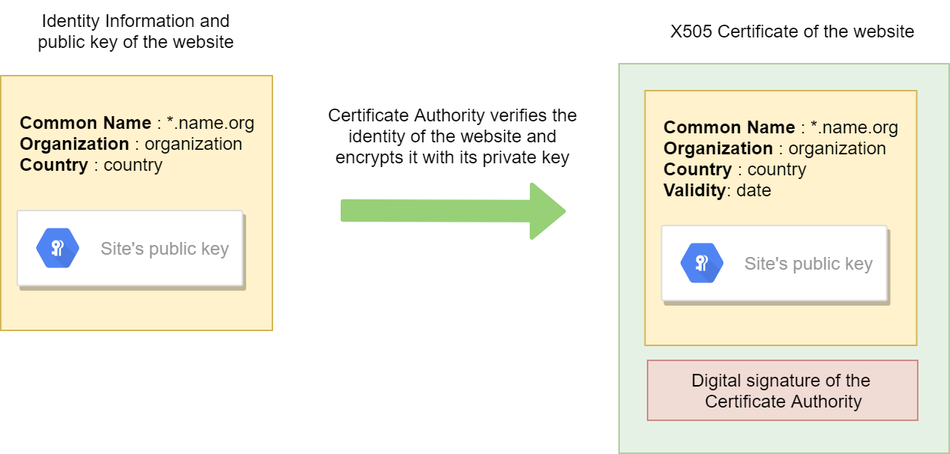
This is img/obtaining-digital-certificate-procedure.png from ahenteti/ahenteti.github.io, a draw.io export, as it was before one commit. Source tidied: cells renumbered, new cells last; positions are measured from the earlier drawing's top-left corner, leaving out a move shared by most shapes. Its diagram source:
```xml
<mxGraphModel>
  <root>
    <mxCell id="0" />
    <mxCell id="1" parent="0" />
    <mxCell id="2" value="&lt;span style=&quot;font-weight: normal&quot;&gt;Identity Information and public key of the website&lt;/span&gt;" style="text;html=1;strokeColor=none;fillColor=none;align=center;verticalAlign=middle;whiteSpace=wrap;rounded=1;fontStyle=1;glass=0;comic=0;shadow=0;opacity=50;" parent="1" vertex="1">
      <mxGeometry x="13" width="155" height="40" as="geometry" />
    </mxCell>
    <mxCell id="3" style="shape=flexArrow;endArrow=classic;html=1;strokeColor=#97D077;strokeWidth=3;fillColor=#97D077;" parent="1" edge="1">
      <mxGeometry relative="1" as="geometry">
        <mxPoint x="226.5" y="140" as="sourcePoint" />
        <mxPoint x="376.5" y="140.5" as="targetPoint" />
      </mxGeometry>
    </mxCell>
    <mxCell id="4" value="&lt;span style=&quot;font-weight: normal&quot;&gt;Certificate Authority verifies the identity of the website and encrypts it with its private key&lt;/span&gt;" style="text;html=1;strokeColor=none;fillColor=none;align=center;verticalAlign=middle;whiteSpace=wrap;rounded=1;fontStyle=1;glass=0;comic=0;shadow=0;opacity=60;" parent="1" vertex="1">
      <mxGeometry x="210" y="65" width="183" height="50" as="geometry" />
    </mxCell>
    <mxCell id="5" style="rounded=0;whiteSpace=wrap;html=1;shadow=0;glass=0;comic=0;strokeColor=#82b366;strokeWidth=1;opacity=60;align=left;fillColor=#d5e8d4;" parent="1" vertex="1">
      <mxGeometry x="412" y="42" width="220" height="260" as="geometry" />
    </mxCell>
    <mxCell id="6" style="group;" parent="1" vertex="1">
      <mxGeometry y="50" width="191" height="170" as="geometry" />
    </mxCell>
    <mxCell id="7" style="rounded=0;whiteSpace=wrap;html=1;strokeColor=#d6b656;strokeWidth=1;fillColor=#fff2cc;" parent="6" vertex="1">
      <mxGeometry width="181" height="170" as="geometry" />
    </mxCell>
    <mxCell id="8" value="&lt;b&gt;Common Name&lt;/b&gt; : *.name.org&lt;br&gt;&lt;b&gt;Organization&lt;/b&gt; : organization&lt;br&gt;&lt;b&gt;Country&lt;/b&gt;&amp;nbsp;: country" style="text;html=1;strokeColor=none;fillColor=none;align=left;verticalAlign=middle;whiteSpace=wrap;rounded=0;" parent="6" vertex="1">
      <mxGeometry x="11" y="10" width="180" height="70" as="geometry" />
    </mxCell>
    <mxCell id="9" style="strokeColor=#dddddd;fillColor=#ffffff;shadow=1;strokeWidth=1;rounded=1;absoluteArcSize=1;arcSize=2;align=left;" parent="6" vertex="1">
      <mxGeometry x="11" y="90" width="150" height="50" as="geometry" />
    </mxCell>
    <mxCell id="10" value="Site's public key" style="dashed=0;html=1;fillColor=#5184F3;strokeColor=none;shape=mxgraph.gcp2.hexIcon;prIcon=security_key_enforcement;labelPosition=right;verticalLabelPosition=middle;align=left;verticalAlign=middle;spacingLeft=5;fontColor=#999999;fontSize=12;" parent="9" vertex="1">
      <mxGeometry y="0.5" width="44" height="39" relative="1" as="geometry">
        <mxPoint x="5" y="-19.5" as="offset" />
      </mxGeometry>
    </mxCell>
    <mxCell id="11" style="group;" parent="1" vertex="1">
      <mxGeometry x="429.3" y="60" width="191" height="170" as="geometry" />
    </mxCell>
    <mxCell id="12" style="rounded=0;whiteSpace=wrap;html=1;strokeColor=#d6b656;strokeWidth=1;fillColor=#fff2cc;" parent="11" vertex="1">
      <mxGeometry width="181" height="170" as="geometry" />
    </mxCell>
    <mxCell id="13" value="&lt;b&gt;Common Name&lt;/b&gt; : *.name.org&lt;br&gt;&lt;b&gt;Organization&lt;/b&gt; : organization&lt;br&gt;&lt;b&gt;Country&lt;/b&gt;&amp;nbsp;: country&lt;br&gt;&lt;b&gt;Validity&lt;/b&gt;: date" style="text;html=1;strokeColor=none;fillColor=none;align=left;verticalAlign=middle;whiteSpace=wrap;rounded=0;" parent="11" vertex="1">
      <mxGeometry x="11" y="10" width="180" height="70" as="geometry" />
    </mxCell>
    <mxCell id="14" style="strokeColor=#dddddd;fillColor=#ffffff;shadow=1;strokeWidth=1;rounded=1;absoluteArcSize=1;arcSize=2;align=left;" parent="11" vertex="1">
      <mxGeometry x="11" y="90" width="150" height="50" as="geometry" />
    </mxCell>
    <mxCell id="15" value="Site's public key" style="dashed=0;html=1;fillColor=#5184F3;strokeColor=none;shape=mxgraph.gcp2.hexIcon;prIcon=security_key_enforcement;labelPosition=right;verticalLabelPosition=middle;align=left;verticalAlign=middle;spacingLeft=5;fontColor=#999999;fontSize=12;" parent="14" vertex="1">
      <mxGeometry y="0.5" width="44" height="39" relative="1" as="geometry">
        <mxPoint x="5" y="-19.5" as="offset" />
      </mxGeometry>
    </mxCell>
    <mxCell id="16" value="Digital signature of the &lt;br&gt;Certificate Authority" style="rounded=0;whiteSpace=wrap;html=1;shadow=0;glass=0;comic=0;strokeColor=#b85450;strokeWidth=1;opacity=60;align=center;fillColor=#f8cecc;" parent="1" vertex="1">
      <mxGeometry x="431" y="240" width="180" height="40" as="geometry" />
    </mxCell>
    <mxCell id="17" value="&lt;span style=&quot;font-weight: normal&quot;&gt;X505 Certificate of the website&lt;/span&gt;" style="text;html=1;strokeColor=none;fillColor=none;align=center;verticalAlign=middle;whiteSpace=wrap;rounded=1;fontStyle=1;glass=0;comic=0;shadow=0;opacity=50;" parent="1" vertex="1">
      <mxGeometry x="438" width="179" height="40" as="geometry" />
    </mxCell>
  </root>
</mxGraphModel>
```
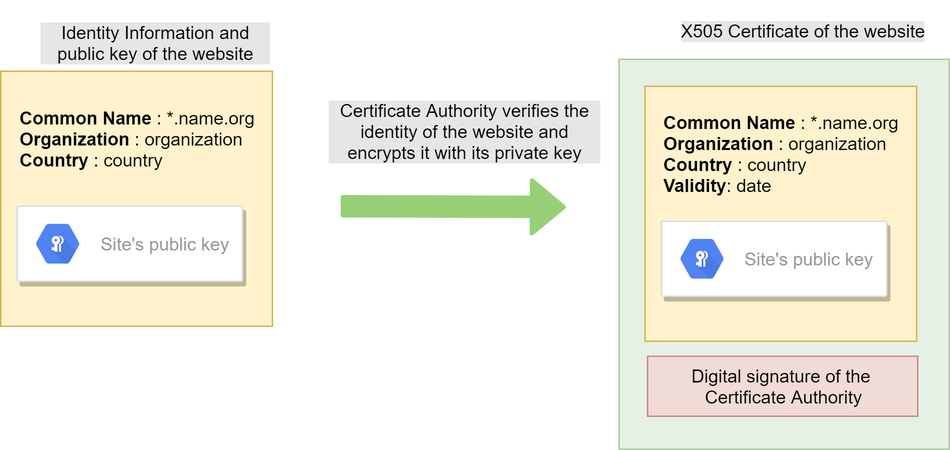
After the commit.

The edit, as a diff of the source:
```diff
@@ -2,8 +2,8 @@
   <root>
     <mxCell id="0" />
     <mxCell id="1" parent="0" />
-    <mxCell id="2" value="&lt;span style=&quot;font-weight: normal&quot;&gt;Identity Information and public key of the website&lt;/span&gt;" style="text;html=1;strokeColor=none;fillColor=none;align=center;verticalAlign=middle;whiteSpace=wrap;rounded=1;fontStyle=1;glass=0;comic=0;shadow=0;opacity=50;" parent="1" vertex="1">
-      <mxGeometry x="13" width="155" height="40" as="geometry" />
+    <mxCell id="2" value="&lt;span style=&quot;font-weight: normal&quot;&gt;Identity Information and public key of the website&lt;/span&gt;" style="text;html=1;strokeColor=none;fillColor=none;align=center;verticalAlign=middle;whiteSpace=wrap;rounded=1;fontStyle=1;glass=0;comic=0;shadow=0;opacity=50;labelBackgroundColor=#E6E6E6;" parent="1" vertex="1">
+      <mxGeometry x="26" y="11" width="155" height="40" as="geometry" />
     </mxCell>
     <mxCell id="3" style="shape=flexArrow;endArrow=classic;html=1;strokeColor=#97D077;strokeWidth=3;fillColor=#97D077;" parent="1" edge="1">
       <mxGeometry relative="1" as="geometry">
@@ -11,8 +11,8 @@
         <mxPoint x="376.5" y="140.5" as="targetPoint" />
       </mxGeometry>
     </mxCell>
-    <mxCell id="4" value="&lt;span style=&quot;font-weight: normal&quot;&gt;Certificate Authority verifies the identity of the website and encrypts it with its private key&lt;/span&gt;" style="text;html=1;strokeColor=none;fillColor=none;align=center;verticalAlign=middle;whiteSpace=wrap;rounded=1;fontStyle=1;glass=0;comic=0;shadow=0;opacity=60;" parent="1" vertex="1">
-      <mxGeometry x="210" y="65" width="183" height="50" as="geometry" />
+    <mxCell id="4" value="&lt;span style=&quot;font-weight: normal&quot;&gt;Certificate Authority verifies the identity of the website and encrypts it with its private key&lt;/span&gt;" style="text;html=1;strokeColor=none;fillColor=none;align=center;verticalAlign=middle;whiteSpace=wrap;rounded=1;fontStyle=1;glass=0;comic=0;shadow=0;opacity=60;labelBackgroundColor=#E6E6E6;" parent="1" vertex="1">
+      <mxGeometry x="218" y="65" width="183" height="50" as="geometry" />
     </mxCell>
     <mxCell id="5" style="rounded=0;whiteSpace=wrap;html=1;shadow=0;glass=0;comic=0;strokeColor=#82b366;strokeWidth=1;opacity=60;align=left;fillColor=#d5e8d4;" parent="1" vertex="1">
       <mxGeometry x="412" y="42" width="220" height="260" as="geometry" />
@@ -54,8 +54,8 @@
     <mxCell id="16" value="Digital signature of the &lt;br&gt;Certificate Authority" style="rounded=0;whiteSpace=wrap;html=1;shadow=0;glass=0;comic=0;strokeColor=#b85450;strokeWidth=1;opacity=60;align=center;fillColor=#f8cecc;" parent="1" vertex="1">
       <mxGeometry x="431" y="240" width="180" height="40" as="geometry" />
     </mxCell>
-    <mxCell id="17" value="&lt;span style=&quot;font-weight: normal&quot;&gt;X505 Certificate of the website&lt;/span&gt;" style="text;html=1;strokeColor=none;fillColor=none;align=center;verticalAlign=middle;whiteSpace=wrap;rounded=1;fontStyle=1;glass=0;comic=0;shadow=0;opacity=50;" parent="1" vertex="1">
-      <mxGeometry x="438" width="179" height="40" as="geometry" />
+    <mxCell id="17" value="&lt;span style=&quot;font-weight: normal&quot;&gt;X505 Certificate of the website&lt;/span&gt;" style="text;html=1;strokeColor=none;fillColor=none;align=center;verticalAlign=middle;whiteSpace=wrap;rounded=1;fontStyle=1;glass=0;comic=0;shadow=0;opacity=50;labelBackgroundColor=#E6E6E6;" parent="1" vertex="1">
+      <mxGeometry x="445" y="3" width="179" height="40" as="geometry" />
     </mxCell>
   </root>
 </mxGraphModel>
```
